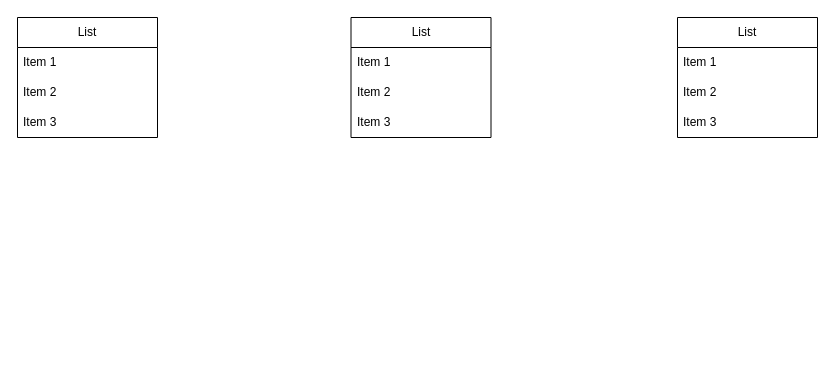
Above: Documentacion/mr.drawio in Millicay/stage-combat (draw.io), before the change. Source tidied: cells renumbered, new cells numbered last; positions are measured from the earlier drawing's top-left corner, leaving out a move shared by most shapes. Both pictures are drawn from the tidied source at 100%, with x=0, y=0 at pixel (17, 17).
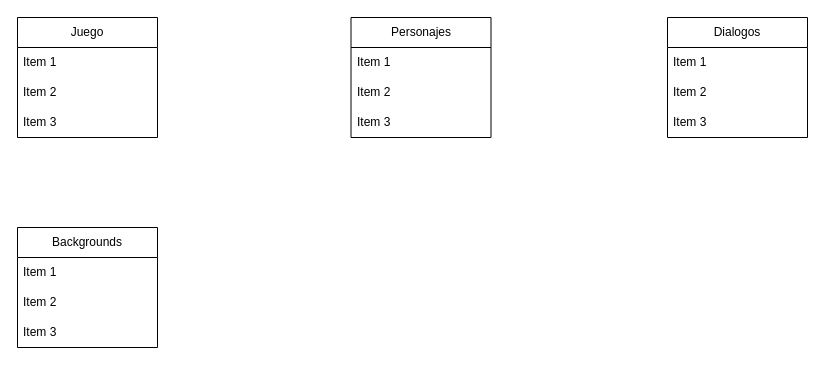
After the change.

What changed in the source:
```diff
@@
 <mxGraphModel>
   <root>
     <mxCell id="0" />
     <mxCell id="1" parent="0" />
-    <mxCell id="2" value="List" style="swimlane;fontStyle=0;horizontal=1;startSize=30;whiteSpace=wrap;html=1;" parent="1" vertex="1">
+    <mxCell id="2" value="Juego" style="swimlane;fontStyle=0;horizontal=1;startSize=30;whiteSpace=wrap;html=1;" parent="1" vertex="1">
       <mxGeometry width="140" height="120" as="geometry" />
     </mxCell>
     <mxCell id="3" value="Item 1" style="text;strokeColor=none;fillColor=none;align=left;verticalAlign=middle;spacingLeft=4;spacingRight=4;overflow=hidden;whiteSpace=wrap;html=1;" parent="2" vertex="1">
       <mxGeometry y="30" width="140" height="30" as="geometry" />
     </mxCell>
     <mxCell id="4" value="Item 2" style="text;strokeColor=none;fillColor=none;align=left;verticalAlign=middle;spacingLeft=4;spacingRight=4;overflow=hidden;whiteSpace=wrap;html=1;" parent="2" vertex="1">
       <mxGeometry y="60" width="140" height="30" as="geometry" />
     </mxCell>
     <mxCell id="5" value="Item 3" style="text;strokeColor=none;fillColor=none;align=left;verticalAlign=middle;spacingLeft=4;spacingRight=4;overflow=hidden;whiteSpace=wrap;html=1;" parent="2" vertex="1">
       <mxGeometry y="90" width="140" height="30" as="geometry" />
     </mxCell>
-    <mxCell id="6" value="List" style="swimlane;fontStyle=0;horizontal=1;startSize=30;whiteSpace=wrap;html=1;" parent="1" vertex="1">
+    <mxCell id="6" value="Personajes" style="swimlane;fontStyle=0;horizontal=1;startSize=30;whiteSpace=wrap;html=1;" parent="1" vertex="1">
       <mxGeometry x="333.5" width="140" height="120" as="geometry" />
     </mxCell>
     <mxCell id="7" value="Item 1" style="text;strokeColor=none;fillColor=none;align=left;verticalAlign=middle;spacingLeft=4;spacingRight=4;overflow=hidden;whiteSpace=wrap;html=1;" parent="6" vertex="1">
       <mxGeometry y="30" width="140" height="30" as="geometry" />
     </mxCell>
     <mxCell id="8" value="Item 2" style="text;strokeColor=none;fillColor=none;align=left;verticalAlign=middle;spacingLeft=4;spacingRight=4;overflow=hidden;whiteSpace=wrap;html=1;" parent="6" vertex="1">
       <mxGeometry y="60" width="140" height="30" as="geometry" />
     </mxCell>
     <mxCell id="9" value="Item 3" style="text;strokeColor=none;fillColor=none;align=left;verticalAlign=middle;spacingLeft=4;spacingRight=4;overflow=hidden;whiteSpace=wrap;html=1;" parent="6" vertex="1">
       <mxGeometry y="90" width="140" height="30" as="geometry" />
     </mxCell>
-    <mxCell id="10" value="List" style="swimlane;fontStyle=0;horizontal=1;startSize=30;whiteSpace=wrap;html=1;" parent="1" vertex="1">
-      <mxGeometry x="660" width="140" height="120" as="geometry" />
+    <mxCell id="10" value="Backgrounds" style="swimlane;fontStyle=0;horizontal=1;startSize=30;whiteSpace=wrap;html=1;" parent="1" vertex="1">
+      <mxGeometry y="210" width="140" height="120" as="geometry" />
     </mxCell>
     <mxCell id="11" value="Item 1" style="text;strokeColor=none;fillColor=none;align=left;verticalAlign=middle;spacingLeft=4;spacingRight=4;overflow=hidden;whiteSpace=wrap;html=1;" parent="10" vertex="1">
       <mxGeometry y="30" width="140" height="30" as="geometry" />
     </mxCell>
     <mxCell id="12" value="Item 2" style="text;strokeColor=none;fillColor=none;align=left;verticalAlign=middle;spacingLeft=4;spacingRight=4;overflow=hidden;whiteSpace=wrap;html=1;" parent="10" vertex="1">
       <mxGeometry y="60" width="140" height="30" as="geometry" />
     </mxCell>
     <mxCell id="13" value="Item 3" style="text;strokeColor=none;fillColor=none;align=left;verticalAlign=middle;spacingLeft=4;spacingRight=4;overflow=hidden;whiteSpace=wrap;html=1;" parent="10" vertex="1">
       <mxGeometry y="90" width="140" height="30" as="geometry" />
     </mxCell>
+    <mxCell id="14" value="Dialogos" style="swimlane;fontStyle=0;horizontal=1;startSize=30;whiteSpace=wrap;html=1;" parent="1" vertex="1">
+      <mxGeometry x="650" width="140" height="120" as="geometry" />
+    </mxCell>
+    <mxCell id="15" value="Item 1" style="text;strokeColor=none;fillColor=none;align=left;verticalAlign=middle;spacingLeft=4;spacingRight=4;overflow=hidden;whiteSpace=wrap;html=1;" parent="14" vertex="1">
+      <mxGeometry y="30" width="140" height="30" as="geometry" />
+    </mxCell>
+    <mxCell id="16" value="Item 2" style="text;strokeColor=none;fillColor=none;align=left;verticalAlign=middle;spacingLeft=4;spacingRight=4;overflow=hidden;whiteSpace=wrap;html=1;" parent="14" vertex="1">
+      <mxGeometry y="60" width="140" height="30" as="geometry" />
+    </mxCell>
+    <mxCell id="17" value="Item 3" style="text;strokeColor=none;fillColor=none;align=left;verticalAlign=middle;spacingLeft=4;spacingRight=4;overflow=hidden;whiteSpace=wrap;html=1;" parent="14" vertex="1">
+      <mxGeometry y="90" width="140" height="30" as="geometry" />
+    </mxCell>
   </root>
 </mxGraphModel>
```
